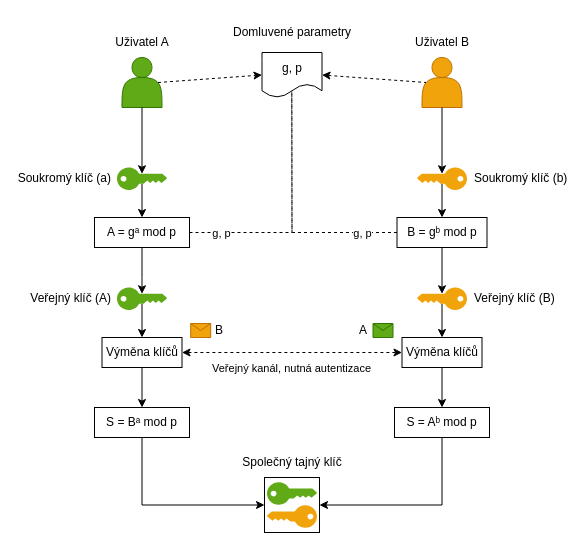
The draw.io diagram public/img/diffieHellmanPage/drawio/diffieHellman_cz.drawio in hejzlzd1/EducrypterUHK, before the edit. Source tidied: cells renumbered, new cells numbered last; positions are measured from the earlier drawing's top-left corner, leaving out a move shared by most shapes. Both pictures are drawn from the tidied source at 100%, with x=0, y=0 at pixel (94, 17).
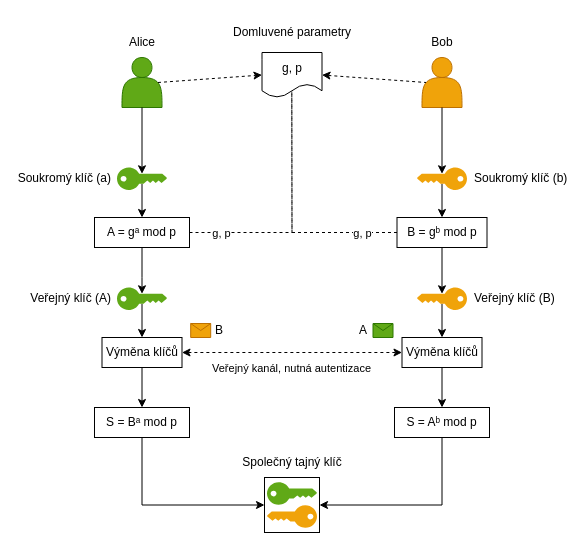
The same diagram, later.

Change to the diagram source:
```diff
@@
-    <mxCell id="4" value="Uživatel A" style="text;html=1;strokeColor=none;fillColor=none;align=center;verticalAlign=middle;whiteSpace=wrap;rounded=0;fontColor=#000000;" parent="1" vertex="1">
+    <mxCell id="4" value="Alice" style="text;html=1;strokeColor=none;fillColor=none;align=center;verticalAlign=middle;whiteSpace=wrap;rounded=0;fontColor=#000000;" parent="1" vertex="1">
       <mxGeometry x="17.5" y="10" width="60" height="30" as="geometry" />
     </mxCell>
-    <mxCell id="5" value="Uživatel B" style="text;html=1;strokeColor=none;fillColor=none;align=center;verticalAlign=middle;whiteSpace=wrap;rounded=0;fontColor=#000000;" parent="1" vertex="1">
+    <mxCell id="5" value="Bob" style="text;html=1;strokeColor=none;fillColor=none;align=center;verticalAlign=middle;whiteSpace=wrap;rounded=0;fontColor=#000000;" parent="1" vertex="1">
       <mxGeometry x="317.5" y="10" width="60" height="30" as="geometry" />
     </mxCell>
```
